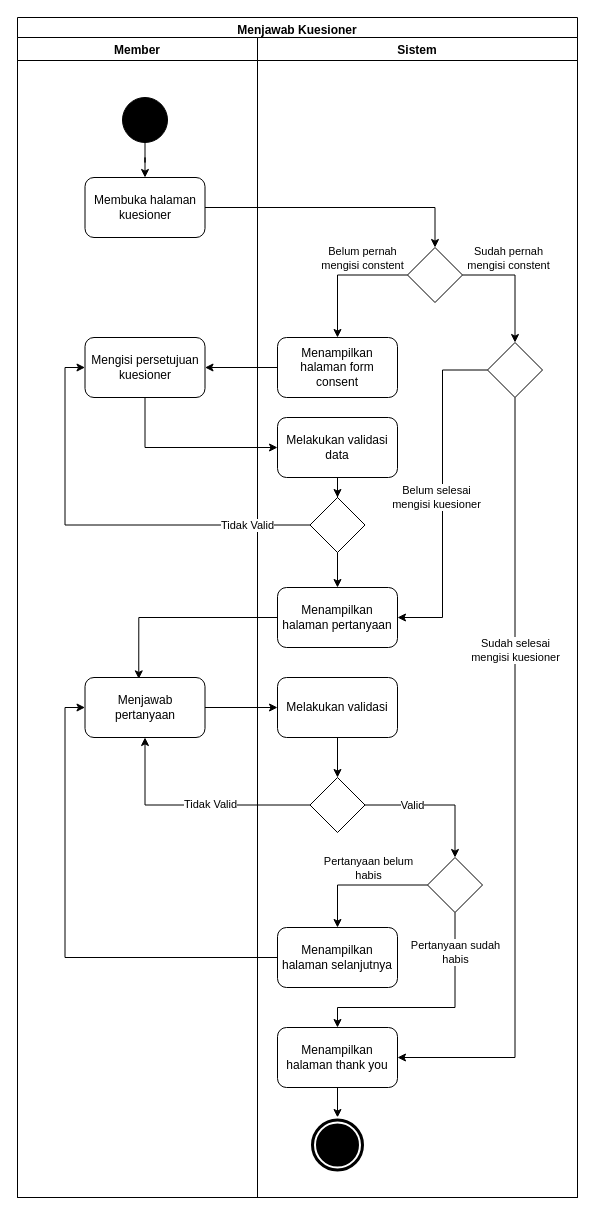
techie-jhs/thesis keeps this draw.io diagram as Diagram/Activity Diagram/21. menjawab kuesioner.drawio. Above is the earlier version. Source tidied: cells renumbered, new cells numbered last; positions are measured from the earlier drawing's top-left corner, leaving out a move shared by most shapes. Both pictures are drawn from the tidied source at 100%, with x=0, y=0 at pixel (17, 17).
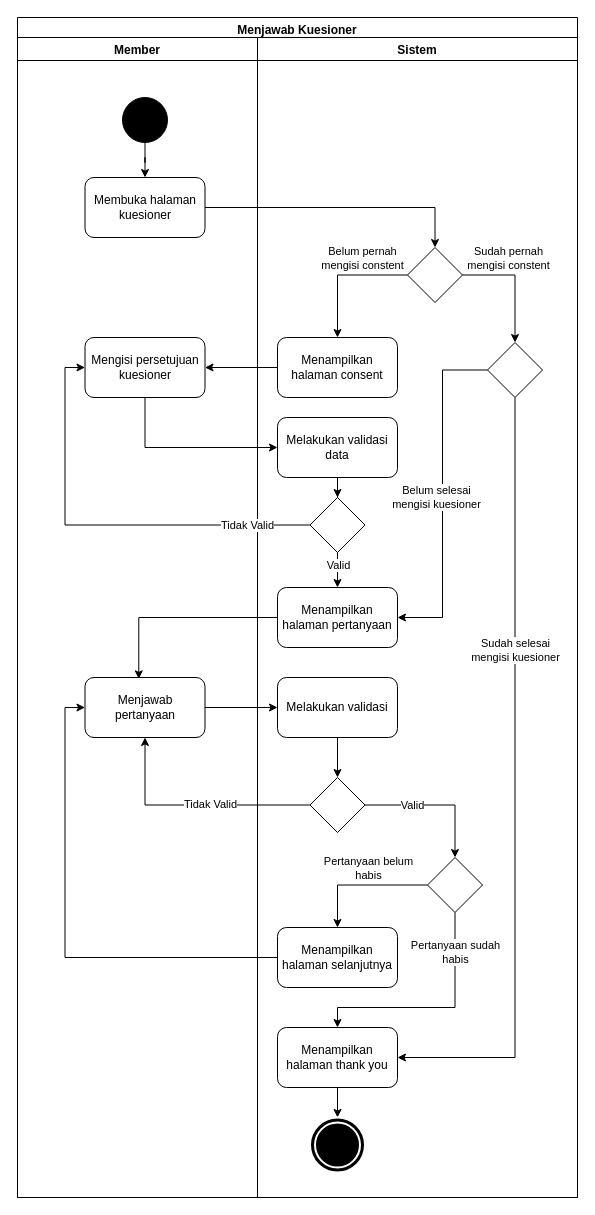
The same page after the edit.

The change refers to these unchanged cells:
```xml
<mxCell id="9" value="Sistem" style="swimlane;startSize=23;" parent="2" vertex="1">
  <mxGeometry x="240" y="20" width="320" height="1160" as="geometry" />
</mxCell>
<mxCell id="35" style="rhombus;whiteSpace=wrap;html=1;fillColor=none;" parent="9" vertex="1">
  <mxGeometry x="52.5" y="460" width="55" height="55" as="geometry" />
</mxCell>
<mxCell id="36" value="Menampilkan halaman pertanyaan" style="rounded=1;whiteSpace=wrap;html=1;fillColor=none;" parent="9" vertex="1">
  <mxGeometry x="20" y="550" width="120" height="60" as="geometry" />
</mxCell>
```

The edit, as a diff of the source:
```diff
@@
-    <mxCell id="30" value="Menampilkan halaman form consent" style="rounded=1;whiteSpace=wrap;html=1;fillColor=none;" parent="9" vertex="1">
+    <mxCell id="30" value="Menampilkan halaman consent" style="rounded=1;whiteSpace=wrap;html=1;fillColor=none;" parent="9" vertex="1">
       <mxGeometry x="20" y="300" width="120" height="60" as="geometry" />
     </mxCell>
@@
     <mxCell id="34" style="edgeStyle=orthogonalEdgeStyle;rounded=0;jettySize=auto;html=1;" parent="9" edge="1" source="35" target="36">
-      <mxGeometry relative="1" as="geometry" />
+      <mxGeometry relative="1" as="geometry">
+        <Array as="points">
+          <mxPoint x="80" y="530" />
+          <mxPoint x="80" y="530" />
+        </Array>
+      </mxGeometry>
     </mxCell>
+    <mxCell id="50" value="Valid" style="edgeLabel;html=1;align=center;verticalAlign=middle;" parent="34" vertex="1">
+      <mxGeometry x="-0.31" relative="1" as="geometry" />
+    </mxCell>
```
